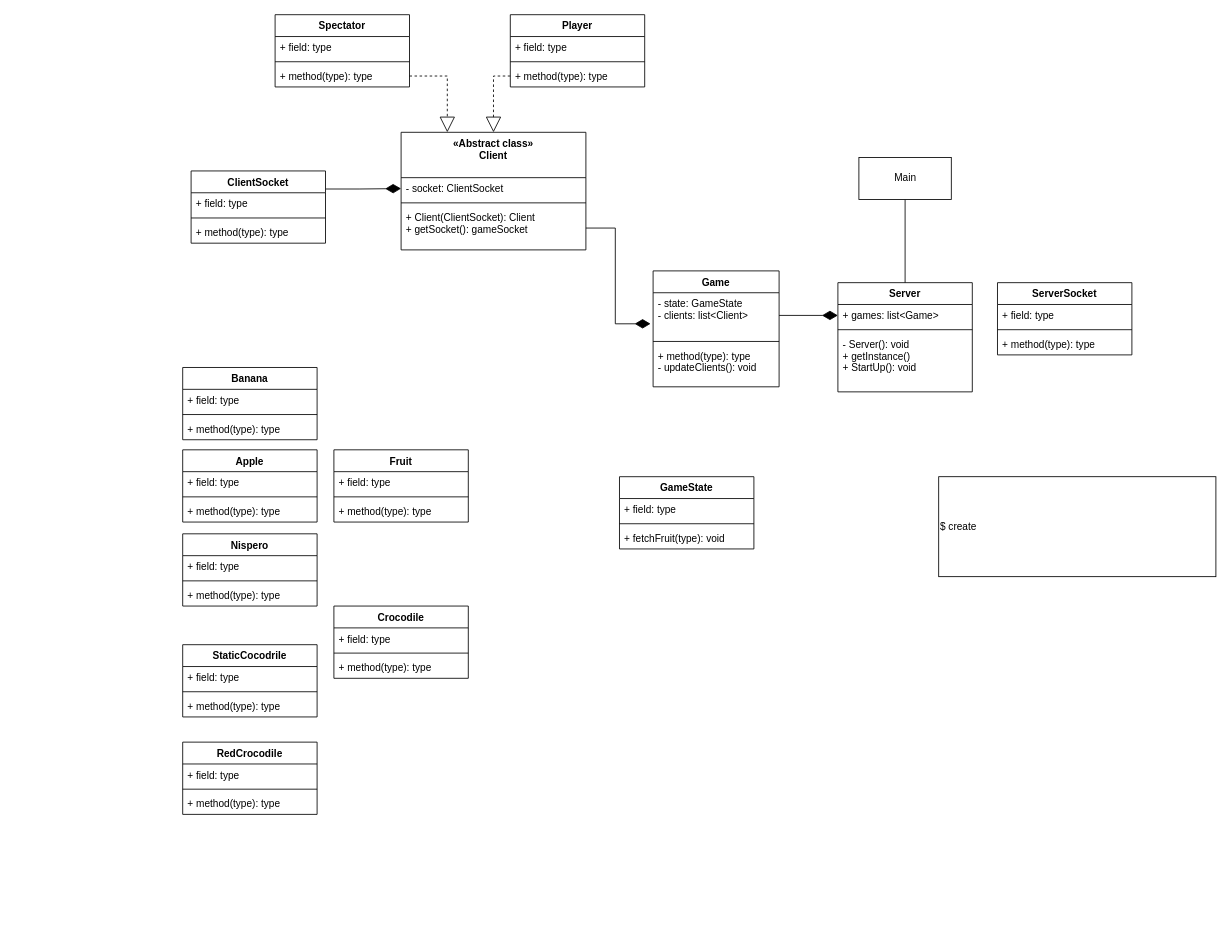
The draw.io diagram doc/DonCEy-Kong-Jr.drawio in Josfemova/DonCEy-Kong-Jr, before the edit. Source tidied: cells renumbered, new cells numbered last; positions are measured from the earlier drawing's top-left corner, leaving out a move shared by most shapes. Both pictures are drawn from the tidied source at 84%, with x=0, y=0 at pixel (182, 14).
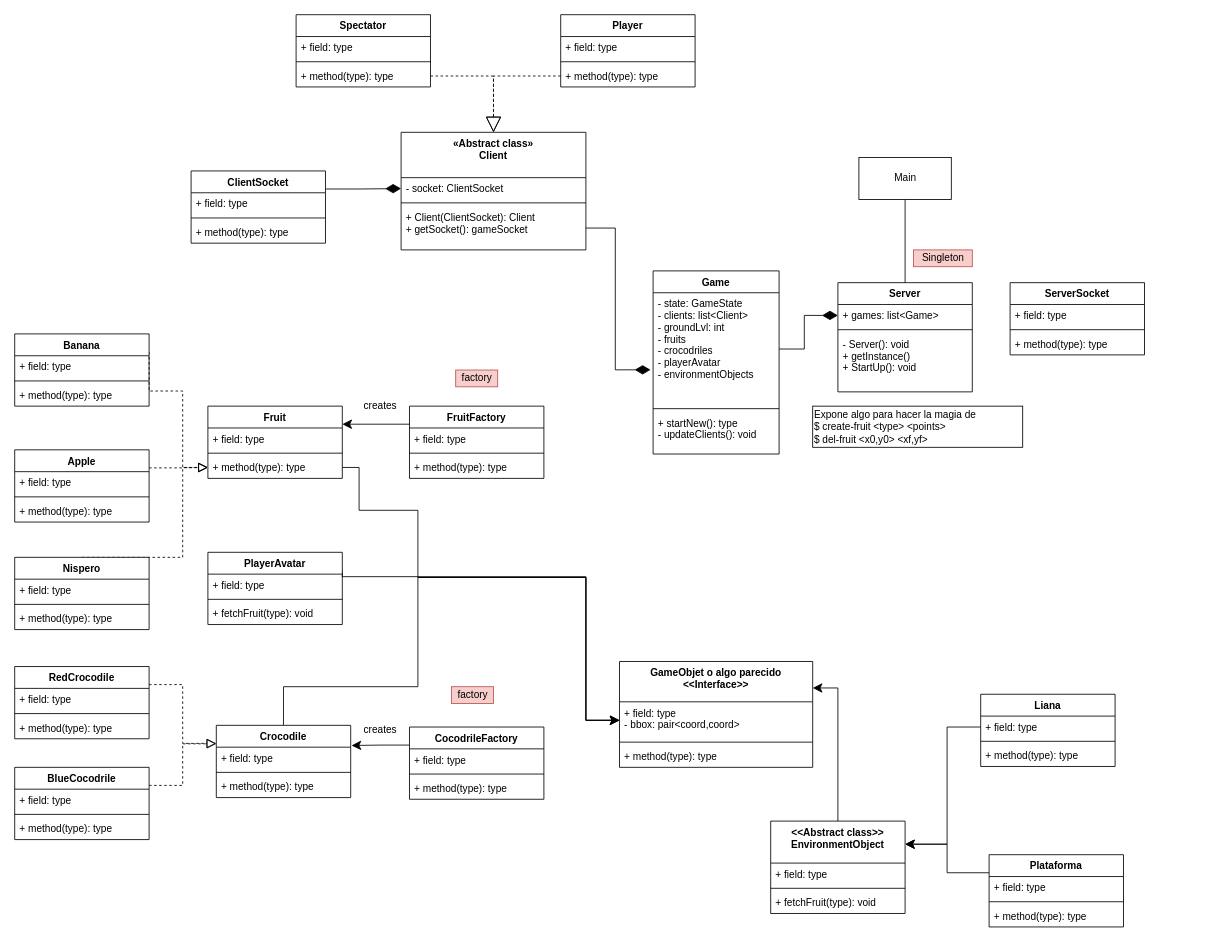
The same page after the edit.

Unchanged cells that the change refers to:
```xml
<mxCell id="10" value="+ method(type): type" style="text;strokeColor=none;fillColor=none;align=left;verticalAlign=top;spacingLeft=4;spacingRight=4;overflow=hidden;points=[[0,0.5],[1,0.5]];portConstraint=eastwest;" parent="7" vertex="1">
  <mxGeometry y="60" width="160" height="26" as="geometry" />
</mxCell>
<mxCell id="14" value="+ method(type): type" style="text;strokeColor=none;fillColor=none;align=left;verticalAlign=top;spacingLeft=4;spacingRight=4;overflow=hidden;points=[[0,0.5],[1,0.5]];portConstraint=eastwest;" parent="11" vertex="1">
  <mxGeometry y="60" width="160" height="26" as="geometry" />
</mxCell>
<mxCell id="40" value="+ field: type" style="text;strokeColor=none;fillColor=none;align=left;verticalAlign=top;spacingLeft=4;spacingRight=4;overflow=hidden;points=[[0,0.5],[1,0.5]];portConstraint=eastwest;" parent="39" vertex="1">
  <mxGeometry y="26" width="160" height="26" as="geometry" />
</mxCell>
<mxCell id="61" value="«Abstract class»&#10;Client" style="swimlane;fontStyle=1;align=center;verticalAlign=top;horizontal=1;startSize=54;" parent="1" vertex="1">
  <mxGeometry x="260" y="140" width="220" height="140" as="geometry" />
</mxCell>
```

What changed in the source:
```diff
@@
     <mxCell id="7" value="Spectator" style="swimlane;fontStyle=1;align=center;verticalAlign=top;horizontal=1;startSize=26;" parent="1" vertex="1">
-      <mxGeometry x="110" width="160" height="86" as="geometry" />
+      <mxGeometry x="135" width="160" height="86" as="geometry" />
     </mxCell>
@@
     <mxCell id="11" value="Fruit" style="swimlane;fontStyle=1;align=center;verticalAlign=top;horizontal=1;startSize=26;" parent="1" vertex="1">
-      <mxGeometry x="180" y="518" width="160" height="86" as="geometry" />
+      <mxGeometry x="30" y="466" width="160" height="86" as="geometry" />
     </mxCell>
@@
+    <mxCell id="70" style="edgeStyle=orthogonalEdgeStyle;rounded=0;jettySize=auto;html=1;exitX=1;exitY=0.25;exitDx=0;exitDy=0;dashed=1;startArrow=none;startFill=0;startSize=10;endArrow=block;endFill=0;endSize=9;targetPerimeterSpacing=0;" parent="1" edge="1" source="15" target="14">
+      <mxGeometry relative="1" as="geometry">
+        <Array as="points">
+          <mxPoint y="448" />
+          <mxPoint y="539" />
+        </Array>
+      </mxGeometry>
+    </mxCell>
     <mxCell id="15" value="Banana" style="swimlane;fontStyle=1;align=center;verticalAlign=top;horizontal=1;startSize=26;" parent="1" vertex="1">
-      <mxGeometry y="420" width="160" height="86" as="geometry" />
+      <mxGeometry x="-200" y="380" width="160" height="86" as="geometry" />
     </mxCell>
@@
+    <mxCell id="71" style="edgeStyle=orthogonalEdgeStyle;rounded=0;jettySize=auto;html=1;exitX=1;exitY=0.25;exitDx=0;exitDy=0;entryX=0;entryY=0.5;entryDx=0;entryDy=0;dashed=1;startArrow=none;startFill=0;startSize=10;endArrow=block;endFill=0;endSize=9;targetPerimeterSpacing=0;" parent="1" edge="1" source="19" target="14">
+      <mxGeometry relative="1" as="geometry" />
+    </mxCell>
     <mxCell id="19" value="Apple" style="swimlane;fontStyle=1;align=center;verticalAlign=top;horizontal=1;startSize=26;" parent="1" vertex="1">
-      <mxGeometry y="518" width="160" height="86" as="geometry" />
+      <mxGeometry x="-200" y="518" width="160" height="86" as="geometry" />
     </mxCell>
@@
+    <mxCell id="72" style="edgeStyle=orthogonalEdgeStyle;rounded=0;jettySize=auto;html=1;exitX=0.5;exitY=0;exitDx=0;exitDy=0;entryX=0;entryY=0.5;entryDx=0;entryDy=0;dashed=1;startArrow=none;startFill=0;startSize=10;endArrow=block;endFill=0;endSize=9;targetPerimeterSpacing=0;" parent="1" edge="1" source="23" target="14">
+      <mxGeometry relative="1" as="geometry">
+        <Array as="points">
+          <mxPoint y="646" />
+          <mxPoint y="539" />
+        </Array>
+      </mxGeometry>
+    </mxCell>
     <mxCell id="23" value="Nispero" style="swimlane;fontStyle=1;align=center;verticalAlign=top;horizontal=1;startSize=26;" parent="1" vertex="1">
-      <mxGeometry y="618" width="160" height="86" as="geometry" />
+      <mxGeometry x="-200" y="646" width="160" height="86" as="geometry" />
     </mxCell>
@@
     <mxCell id="27" value="Game" style="swimlane;fontStyle=1;align=center;verticalAlign=top;horizontal=1;startSize=26;" parent="1" vertex="1">
-      <mxGeometry x="560" y="305" width="150" height="138" as="geometry" />
+      <mxGeometry x="560" y="305" width="150" height="218" as="geometry" />
     </mxCell>
-    <mxCell id="28" value="- state: GameState&#10;- clients: list&lt;Client&gt;" style="text;strokeColor=none;fillColor=none;align=left;verticalAlign=top;spacingLeft=4;spacingRight=4;overflow=hidden;points=[[0,0.5],[1,0.5]];portConstraint=eastwest;" parent="27" vertex="1">
-      <mxGeometry y="26" width="150" height="54" as="geometry" />
+    <mxCell id="28" value="- state: GameState&#10;- clients: list&lt;Client&gt;&#10;- groundLvl: int&#10;- fruits&#10;- crocodriles&#10;- playerAvatar&#10;- environmentObjects" style="text;strokeColor=none;fillColor=none;align=left;verticalAlign=top;spacingLeft=4;spacingRight=4;overflow=hidden;points=[[0,0.5],[1,0.5]];portConstraint=eastwest;" parent="27" vertex="1">
+      <mxGeometry y="26" width="150" height="134" as="geometry" />
     </mxCell>
     <mxCell id="29" style="line;strokeWidth=1;fillColor=none;align=left;verticalAlign=middle;spacingTop=-1;spacingLeft=3;spacingRight=3;labelPosition=right;" parent="27" vertex="1">
-      <mxGeometry y="80" width="150" height="8" as="geometry" />
+      <mxGeometry y="160" width="150" height="8" as="geometry" />
     </mxCell>
-    <mxCell id="30" value="+ method(type): type&#10;- updateClients(): void" style="text;strokeColor=none;fillColor=none;align=left;verticalAlign=top;spacingLeft=4;spacingRight=4;overflow=hidden;" parent="27" vertex="1">
-      <mxGeometry y="88" width="150" height="50" as="geometry" />
+    <mxCell id="30" value="+ startNew(): type&#10;- updateClients(): void" style="text;strokeColor=none;fillColor=none;align=left;verticalAlign=top;spacingLeft=4;spacingRight=4;overflow=hidden;" parent="27" vertex="1">
+      <mxGeometry y="168" width="150" height="50" as="geometry" />
     </mxCell>
+    <mxCell id="73" style="edgeStyle=orthogonalEdgeStyle;rounded=0;jettySize=auto;html=1;exitX=1;exitY=0.25;exitDx=0;exitDy=0;entryX=0;entryY=0.5;entryDx=0;entryDy=0;startArrow=none;startFill=0;startSize=10;endArrow=classic;endFill=1;endSize=9;targetPerimeterSpacing=0;" parent="1" edge="1" source="31" target="91">
+      <mxGeometry relative="1" as="geometry">
+        <Array as="points">
+          <mxPoint x="480" y="669" />
+          <mxPoint x="480" y="840" />
+        </Array>
+      </mxGeometry>
+    </mxCell>
-    <mxCell id="31" value="GameState" style="swimlane;fontStyle=1;align=center;verticalAlign=top;horizontal=1;startSize=26;" parent="1" vertex="1">
-      <mxGeometry x="520" y="550" width="160" height="86" as="geometry" />
+    <mxCell id="31" value="PlayerAvatar" style="swimlane;fontStyle=1;align=center;verticalAlign=top;horizontal=1;startSize=26;" parent="1" vertex="1">
+      <mxGeometry x="30" y="640" width="160" height="86" as="geometry" />
     </mxCell>
@@
+    <mxCell id="74" style="edgeStyle=orthogonalEdgeStyle;rounded=0;jettySize=auto;html=1;exitX=0.5;exitY=0;exitDx=0;exitDy=0;entryX=0;entryY=0.5;entryDx=0;entryDy=0;startArrow=none;startFill=0;startSize=10;endArrow=classic;endFill=1;endSize=9;targetPerimeterSpacing=0;" parent="1" edge="1" source="39" target="91">
+      <mxGeometry relative="1" as="geometry">
+        <Array as="points">
+          <mxPoint x="120" y="800" />
+          <mxPoint x="280" y="800" />
+          <mxPoint x="280" y="670" />
+          <mxPoint x="480" y="670" />
+          <mxPoint x="480" y="840" />
+        </Array>
+      </mxGeometry>
+    </mxCell>
     <mxCell id="39" value="Crocodile" style="swimlane;fontStyle=1;align=center;verticalAlign=top;horizontal=1;startSize=26;" parent="1" vertex="1">
-      <mxGeometry x="180" y="704" width="160" height="86" as="geometry" />
+      <mxGeometry x="40" y="846" width="160" height="86" as="geometry" />
     </mxCell>
@@
+    <mxCell id="75" style="edgeStyle=orthogonalEdgeStyle;rounded=0;jettySize=auto;html=1;exitX=1;exitY=0.25;exitDx=0;exitDy=0;dashed=1;startArrow=none;startFill=0;startSize=10;endArrow=block;endFill=0;endSize=9;targetPerimeterSpacing=0;entryX=0;entryY=-0.154;entryDx=0;entryDy=0;entryPerimeter=0;" parent="1" edge="1" source="43" target="40">
+      <mxGeometry relative="1" as="geometry" />
+    </mxCell>
-    <mxCell id="43" value="StaticCocodrile" style="swimlane;fontStyle=1;align=center;verticalAlign=top;horizontal=1;startSize=26;" parent="1" vertex="1">
-      <mxGeometry y="750" width="160" height="86" as="geometry" />
+    <mxCell id="43" value="BlueCocodrile" style="swimlane;fontStyle=1;align=center;verticalAlign=top;horizontal=1;startSize=26;" parent="1" vertex="1">
+      <mxGeometry x="-200" y="896" width="160" height="86" as="geometry" />
     </mxCell>
@@
+    <mxCell id="76" style="edgeStyle=orthogonalEdgeStyle;rounded=0;jettySize=auto;html=1;exitX=1;exitY=0.25;exitDx=0;exitDy=0;entryX=0;entryY=0.25;entryDx=0;entryDy=0;dashed=1;startArrow=none;startFill=0;startSize=10;endArrow=block;endFill=0;endSize=9;targetPerimeterSpacing=0;" parent="1" edge="1" source="47" target="39">
+      <mxGeometry relative="1" as="geometry" />
+    </mxCell>
     <mxCell id="47" value="RedCrocodile" style="swimlane;fontStyle=1;align=center;verticalAlign=top;horizontal=1;startSize=26;" parent="1" vertex="1">
-      <mxGeometry y="866" width="160" height="86" as="geometry" />
+      <mxGeometry x="-200" y="776" width="160" height="86" as="geometry" />
     </mxCell>
@@
     <mxCell id="51" value="ServerSocket" style="swimlane;fontStyle=1;align=center;verticalAlign=top;horizontal=1;startSize=26;" parent="1" vertex="1">
-      <mxGeometry x="970" y="319" width="160" height="86" as="geometry" />
+      <mxGeometry x="985" y="319" width="160" height="86" as="geometry" />
     </mxCell>
@@
     <mxCell id="57" value="Player" style="swimlane;fontStyle=1;align=center;verticalAlign=top;horizontal=1;startSize=26;" parent="1" vertex="1">
-      <mxGeometry x="390" width="160" height="86" as="geometry" />
+      <mxGeometry x="450" width="160" height="86" as="geometry" />
     </mxCell>
@@
-    <mxCell id="65" style="edgeStyle=orthogonalEdgeStyle;rounded=0;jettySize=auto;html=1;exitX=1;exitY=0.5;exitDx=0;exitDy=0;entryX=0.25;entryY=0;entryDx=0;entryDy=0;endArrow=block;endFill=0;endSize=16;dashed=1;" parent="1" edge="1" source="10" target="61">
+    <mxCell id="65" style="edgeStyle=orthogonalEdgeStyle;rounded=0;jettySize=auto;html=1;exitX=1;exitY=0.5;exitDx=0;exitDy=0;entryX=0.5;entryY=0;entryDx=0;entryDy=0;endArrow=block;endFill=0;endSize=16;dashed=1;" parent="1" edge="1" source="10" target="61">
       <mxGeometry relative="1" as="geometry" />
     </mxCell>
@@
-    <mxCell id="69" value="$ create&amp;nbsp;" style="rounded=0;whiteSpace=wrap;html=1;align=left;" parent="1" vertex="1">
-      <mxGeometry x="900" y="550" width="330" height="119" as="geometry" />
+    <mxCell id="69" value="Expone algo para hacer la magia de&lt;br&gt;$ create-fruit &amp;lt;type&amp;gt; &amp;lt;points&amp;gt;&lt;br&gt;$ del-fruit &amp;lt;x0,y0&amp;gt; &amp;lt;xf,yf&amp;gt;" style="rounded=0;whiteSpace=wrap;html=1;align=left;" parent="1" vertex="1">
+      <mxGeometry x="750" y="466" width="250" height="49" as="geometry" />
     </mxCell>
+    <mxCell id="77" value="Singleton" style="text;html=1;align=center;verticalAlign=middle;fillColor=#f8cecc;strokeColor=#b85450;" parent="1" vertex="1">
+      <mxGeometry x="870" y="280" width="70" height="20" as="geometry" />
+    </mxCell>
+    <mxCell id="78" style="edgeStyle=orthogonalEdgeStyle;rounded=0;jettySize=auto;html=1;exitX=0;exitY=0.25;exitDx=0;exitDy=0;entryX=1.006;entryY=-0.077;entryDx=0;entryDy=0;entryPerimeter=0;startArrow=none;startFill=0;startSize=10;endArrow=classic;endFill=1;endSize=9;targetPerimeterSpacing=0;" parent="1" edge="1" source="79" target="40">
+      <mxGeometry relative="1" as="geometry" />
+    </mxCell>
+    <mxCell id="79" value="CocodrileFactory" style="swimlane;fontStyle=1;align=center;verticalAlign=top;horizontal=1;startSize=26;" parent="1" vertex="1">
+      <mxGeometry x="270" y="848" width="160" height="86" as="geometry" />
+    </mxCell>
+    <mxCell id="80" value="+ field: type" style="text;strokeColor=none;fillColor=none;align=left;verticalAlign=top;spacingLeft=4;spacingRight=4;overflow=hidden;" parent="79" vertex="1">
+      <mxGeometry y="26" width="160" height="26" as="geometry" />
+    </mxCell>
+    <mxCell id="81" style="line;strokeWidth=1;fillColor=none;align=left;verticalAlign=middle;spacingTop=-1;spacingLeft=3;spacingRight=3;labelPosition=right;" parent="79" vertex="1">
+      <mxGeometry y="52" width="160" height="8" as="geometry" />
+    </mxCell>
+    <mxCell id="82" value="+ method(type): type" style="text;strokeColor=none;fillColor=none;align=left;verticalAlign=top;spacingLeft=4;spacingRight=4;overflow=hidden;" parent="79" vertex="1">
+      <mxGeometry y="60" width="160" height="26" as="geometry" />
+    </mxCell>
+    <mxCell id="83" style="edgeStyle=orthogonalEdgeStyle;rounded=0;jettySize=auto;html=1;exitX=0;exitY=0.25;exitDx=0;exitDy=0;entryX=1;entryY=0.25;entryDx=0;entryDy=0;startArrow=none;startFill=0;startSize=10;endArrow=classic;endFill=1;endSize=9;targetPerimeterSpacing=0;" parent="1" edge="1" source="84" target="11">
+      <mxGeometry relative="1" as="geometry" />
+    </mxCell>
+    <mxCell id="84" value="FruitFactory" style="swimlane;fontStyle=1;align=center;verticalAlign=top;horizontal=1;startSize=26;" parent="1" vertex="1">
+      <mxGeometry x="270" y="466" width="160" height="86" as="geometry" />
+    </mxCell>
+    <mxCell id="85" value="+ field: type" style="text;strokeColor=none;fillColor=none;align=left;verticalAlign=top;spacingLeft=4;spacingRight=4;overflow=hidden;" parent="84" vertex="1">
+      <mxGeometry y="26" width="160" height="26" as="geometry" />
+    </mxCell>
+    <mxCell id="86" style="line;strokeWidth=1;fillColor=none;align=left;verticalAlign=middle;spacingTop=-1;spacingLeft=3;spacingRight=3;labelPosition=right;" parent="84" vertex="1">
+      <mxGeometry y="52" width="160" height="8" as="geometry" />
+    </mxCell>
+    <mxCell id="87" value="+ method(type): type" style="text;strokeColor=none;fillColor=none;align=left;verticalAlign=top;spacingLeft=4;spacingRight=4;overflow=hidden;" parent="84" vertex="1">
+      <mxGeometry y="60" width="160" height="26" as="geometry" />
+    </mxCell>
+    <mxCell id="88" value="creates" style="text;html=1;align=center;verticalAlign=middle;" parent="1" vertex="1">
+      <mxGeometry x="210" y="456" width="50" height="20" as="geometry" />
+    </mxCell>
+    <mxCell id="89" value="creates" style="text;html=1;align=center;verticalAlign=middle;" parent="1" vertex="1">
+      <mxGeometry x="210" y="842" width="50" height="20" as="geometry" />
+    </mxCell>
+    <mxCell id="90" value="GameObjet o algo parecido&#10;&lt;&lt;Interface&gt;&gt;" style="swimlane;fontStyle=1;align=center;verticalAlign=top;horizontal=1;startSize=48;" parent="1" vertex="1">
+      <mxGeometry x="520" y="770" width="230" height="126" as="geometry" />
+    </mxCell>
+    <mxCell id="91" value="+ field: type&#10;- bbox: pair&lt;coord,coord&gt;" style="text;strokeColor=none;fillColor=none;align=left;verticalAlign=top;spacingLeft=4;spacingRight=4;overflow=hidden;points=[[0,0.5],[1,0.5]];portConstraint=eastwest;" parent="90" vertex="1">
+      <mxGeometry y="48" width="230" height="44" as="geometry" />
+    </mxCell>
+    <mxCell id="92" style="line;strokeWidth=1;fillColor=none;align=left;verticalAlign=middle;spacingTop=-1;spacingLeft=3;spacingRight=3;labelPosition=right;" parent="90" vertex="1">
+      <mxGeometry y="92" width="230" height="8" as="geometry" />
+    </mxCell>
+    <mxCell id="93" value="+ method(type): type" style="text;strokeColor=none;fillColor=none;align=left;verticalAlign=top;spacingLeft=4;spacingRight=4;overflow=hidden;" parent="90" vertex="1">
+      <mxGeometry y="100" width="230" height="26" as="geometry" />
+    </mxCell>
+    <mxCell id="94" value="factory" style="text;html=1;align=center;verticalAlign=middle;fillColor=#f8cecc;strokeColor=#b85450;" parent="1" vertex="1">
+      <mxGeometry x="325" y="423" width="50" height="20" as="geometry" />
+    </mxCell>
+    <mxCell id="95" value="factory" style="text;html=1;align=center;verticalAlign=middle;fillColor=#f8cecc;strokeColor=#b85450;" parent="1" vertex="1">
+      <mxGeometry x="320" y="800" width="50" height="20" as="geometry" />
+    </mxCell>
+    <mxCell id="96" style="edgeStyle=orthogonalEdgeStyle;rounded=0;jettySize=auto;html=1;exitX=1;exitY=0.5;exitDx=0;exitDy=0;entryX=0;entryY=0.5;entryDx=0;entryDy=0;startArrow=none;startFill=0;startSize=10;endArrow=classic;endFill=1;endSize=9;targetPerimeterSpacing=0;" parent="1" edge="1" source="14" target="91">
+      <mxGeometry relative="1" as="geometry">
+        <Array as="points">
+          <mxPoint x="210" y="539" />
+          <mxPoint x="210" y="590" />
+          <mxPoint x="280" y="590" />
+          <mxPoint x="280" y="670" />
+          <mxPoint x="480" y="670" />
+          <mxPoint x="480" y="840" />
+        </Array>
+      </mxGeometry>
+    </mxCell>
+    <mxCell id="97" style="edgeStyle=orthogonalEdgeStyle;rounded=0;jettySize=auto;html=1;exitX=0.5;exitY=0;exitDx=0;exitDy=0;entryX=1;entryY=0.25;entryDx=0;entryDy=0;startArrow=none;startFill=0;startSize=10;endArrow=classic;endFill=1;endSize=9;targetPerimeterSpacing=0;" parent="1" edge="1" source="98" target="90">
+      <mxGeometry relative="1" as="geometry" />
+    </mxCell>
+    <mxCell id="98" value="&lt;&lt;Abstract class&gt;&gt;&#10;EnvironmentObject" style="swimlane;fontStyle=1;align=center;verticalAlign=top;horizontal=1;startSize=50;" parent="1" vertex="1">
+      <mxGeometry x="700" y="960" width="160" height="110" as="geometry" />
+    </mxCell>
+    <mxCell id="99" value="+ field: type" style="text;strokeColor=none;fillColor=none;align=left;verticalAlign=top;spacingLeft=4;spacingRight=4;overflow=hidden;" parent="98" vertex="1">
+      <mxGeometry y="50" width="160" height="26" as="geometry" />
+    </mxCell>
+    <mxCell id="100" style="line;strokeWidth=1;fillColor=none;align=left;verticalAlign=middle;spacingTop=-1;spacingLeft=3;spacingRight=3;labelPosition=right;" parent="98" vertex="1">
+      <mxGeometry y="76" width="160" height="8" as="geometry" />
+    </mxCell>
+    <mxCell id="101" value="+ fetchFruit(type): void" style="text;strokeColor=none;fillColor=none;align=left;verticalAlign=top;spacingLeft=4;spacingRight=4;overflow=hidden;" parent="98" vertex="1">
+      <mxGeometry y="84" width="160" height="26" as="geometry" />
+    </mxCell>
+    <mxCell id="102" value="Liana" style="swimlane;fontStyle=1;align=center;verticalAlign=top;horizontal=1;startSize=26;" parent="1" vertex="1">
+      <mxGeometry x="950" y="809" width="160" height="86" as="geometry" />
+    </mxCell>
+    <mxCell id="103" value="+ field: type" style="text;strokeColor=none;fillColor=none;align=left;verticalAlign=top;spacingLeft=4;spacingRight=4;overflow=hidden;points=[[0,0.5],[1,0.5]];portConstraint=eastwest;" parent="102" vertex="1">
+      <mxGeometry y="26" width="160" height="26" as="geometry" />
+    </mxCell>
+    <mxCell id="104" style="line;strokeWidth=1;fillColor=none;align=left;verticalAlign=middle;spacingTop=-1;spacingLeft=3;spacingRight=3;labelPosition=right;" parent="102" vertex="1">
+      <mxGeometry y="52" width="160" height="8" as="geometry" />
+    </mxCell>
+    <mxCell id="105" value="+ method(type): type" style="text;strokeColor=none;fillColor=none;align=left;verticalAlign=top;spacingLeft=4;spacingRight=4;overflow=hidden;" parent="102" vertex="1">
+      <mxGeometry y="60" width="160" height="26" as="geometry" />
+    </mxCell>
+    <mxCell id="106" style="edgeStyle=orthogonalEdgeStyle;rounded=0;jettySize=auto;html=1;exitX=0;exitY=0.5;exitDx=0;exitDy=0;entryX=1;entryY=0.25;entryDx=0;entryDy=0;startArrow=none;startFill=0;startSize=10;endArrow=classic;endFill=1;endSize=9;targetPerimeterSpacing=0;" parent="1" edge="1" source="103" target="98">
+      <mxGeometry relative="1" as="geometry">
+        <Array as="points">
+          <mxPoint x="910" y="848" />
+          <mxPoint x="910" y="987" />
+        </Array>
+      </mxGeometry>
+    </mxCell>
+    <mxCell id="107" style="edgeStyle=orthogonalEdgeStyle;rounded=0;jettySize=auto;html=1;exitX=0;exitY=0.25;exitDx=0;exitDy=0;entryX=1;entryY=0.25;entryDx=0;entryDy=0;startArrow=none;startFill=0;startSize=10;endArrow=classic;endFill=1;endSize=9;targetPerimeterSpacing=0;" parent="1" edge="1" source="108" target="98">
+      <mxGeometry relative="1" as="geometry" />
+    </mxCell>
+    <mxCell id="108" value="Plataforma" style="swimlane;fontStyle=1;align=center;verticalAlign=top;horizontal=1;startSize=26;" parent="1" vertex="1">
+      <mxGeometry x="960" y="1000" width="160" height="86" as="geometry" />
+    </mxCell>
+    <mxCell id="109" value="+ field: type" style="text;strokeColor=none;fillColor=none;align=left;verticalAlign=top;spacingLeft=4;spacingRight=4;overflow=hidden;" parent="108" vertex="1">
+      <mxGeometry y="26" width="160" height="26" as="geometry" />
+    </mxCell>
+    <mxCell id="110" style="line;strokeWidth=1;fillColor=none;align=left;verticalAlign=middle;spacingTop=-1;spacingLeft=3;spacingRight=3;labelPosition=right;" parent="108" vertex="1">
+      <mxGeometry y="52" width="160" height="8" as="geometry" />
+    </mxCell>
+    <mxCell id="111" value="+ method(type): type" style="text;strokeColor=none;fillColor=none;align=left;verticalAlign=top;spacingLeft=4;spacingRight=4;overflow=hidden;" parent="108" vertex="1">
+      <mxGeometry y="60" width="160" height="26" as="geometry" />
+    </mxCell>
```
